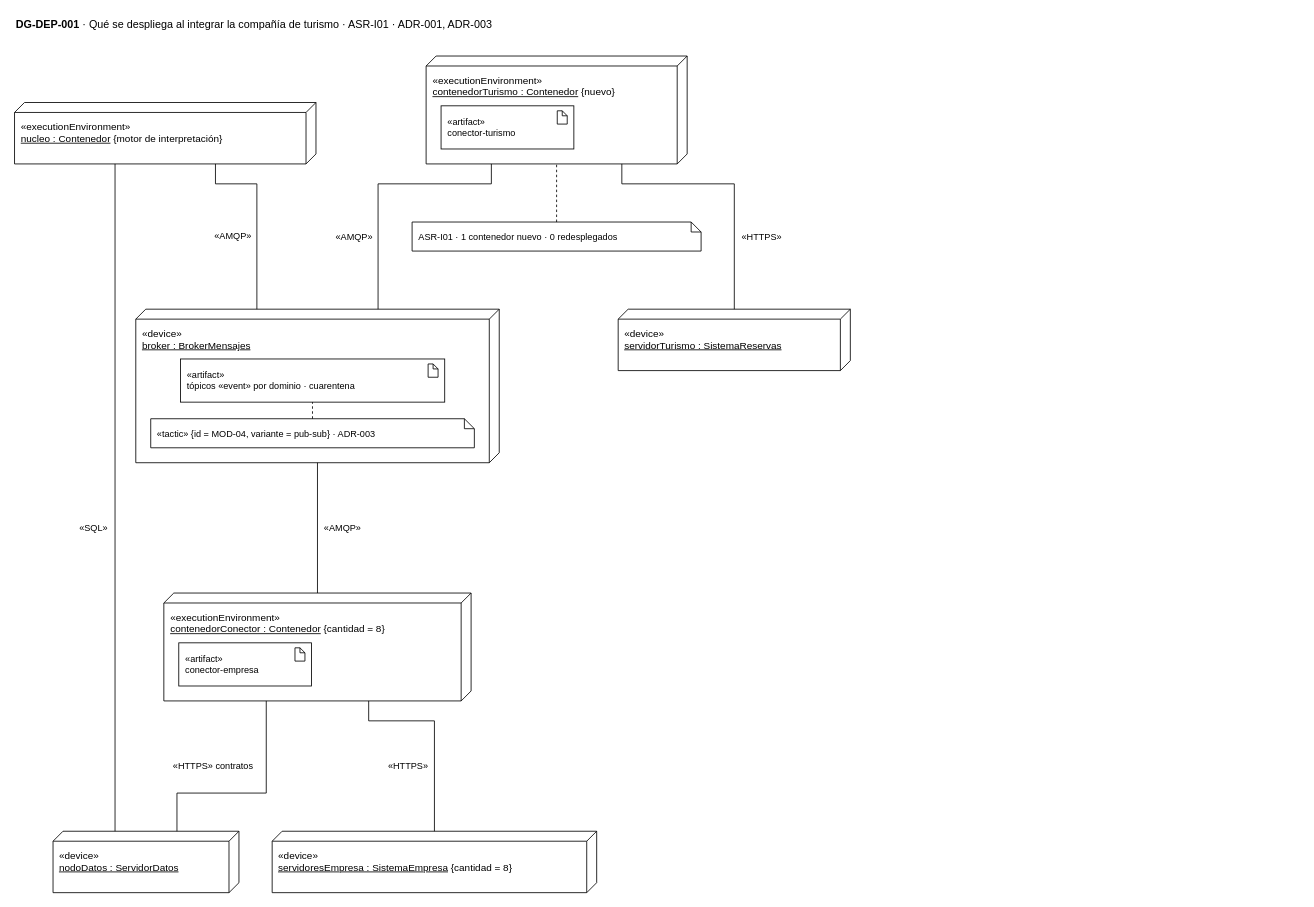
Before: page "DG-DEP-001 · Despliegue de la plataforma" (1 of 3) of docs/modelos/drawio/Reto3-Vista-Despliegue.drawio in MATI-MBIT/arqsoft-reto-3, a draw.io diagram. Source tidied: cells renumbered, new cells numbered last; positions are measured from the earlier drawing's top-left corner, leaving out a move shared by most shapes. Both pictures are drawn from the tidied source at 83%, with x=0, y=0 at pixel (14, 14).
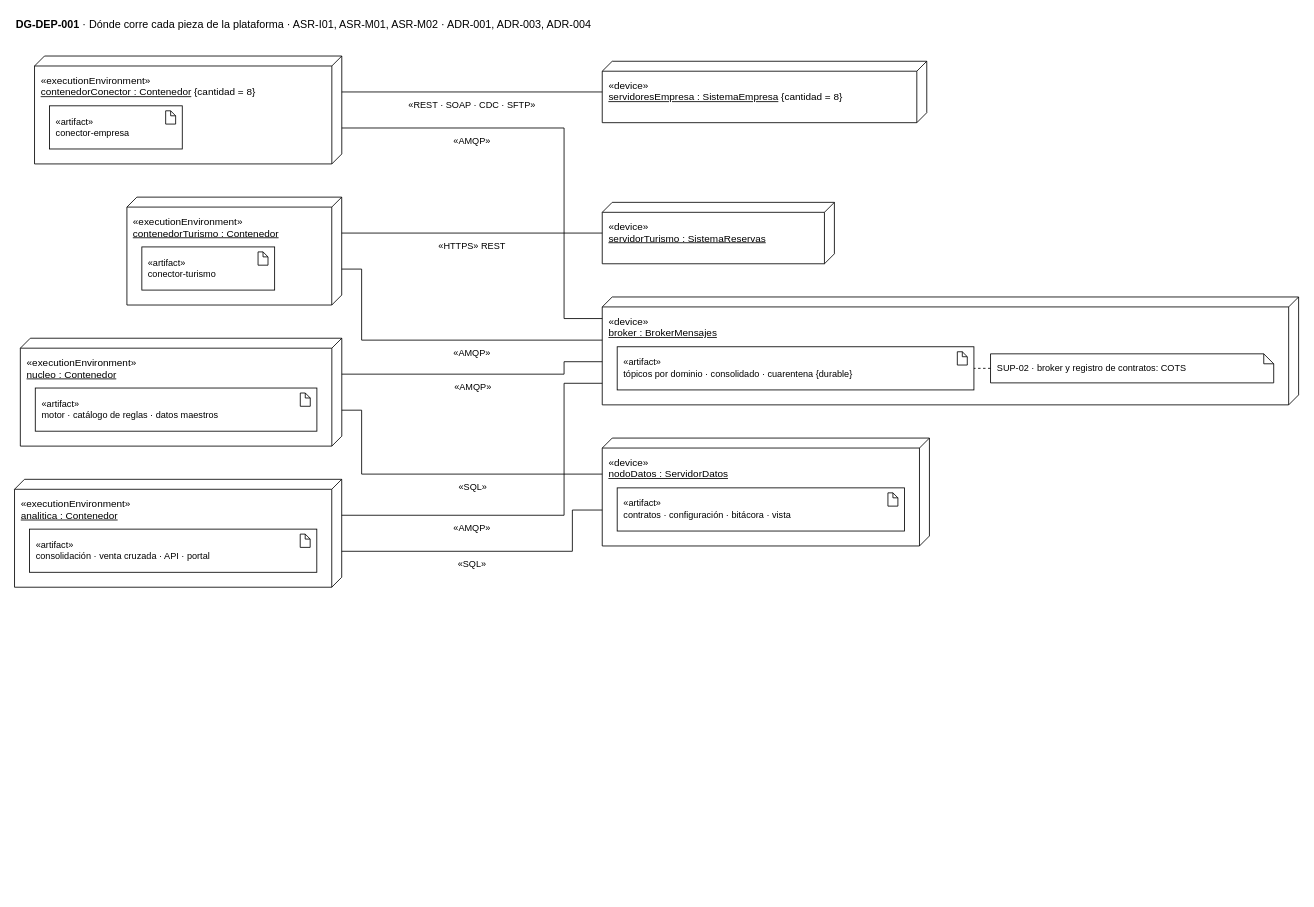
After the change.

Unchanged cells that the change refers to:
```xml
<mxCell id="6" value="«artifact»&lt;br&gt;conector-empresa" style="html=1;whiteSpace=wrap;fillColor=#FFFFFF;strokeColor=#000000;fontSize=11;align=left;spacingLeft=6;" parent="5" vertex="1">
  <mxGeometry x="18" y="60" width="160" height="52" as="geometry" />
</mxCell>
```

Change to the diagram source:
```diff
@@
-    <mxCell id="2" value="&lt;b&gt;DG-DEP-001&lt;/b&gt; · Qué se despliega al integrar la compañía de turismo · ASR-I01 · ADR-001, ADR-003" style="text;html=1;align=left;verticalAlign=middle;fontSize=13;" parent="1" vertex="1">
-      <mxGeometry width="1007" height="24" as="geometry" />
+    <mxCell id="2" value="&lt;b&gt;DG-DEP-001&lt;/b&gt; · Dónde corre cada pieza de la plataforma · ASR-I01, ASR-M01, ASR-M02 · ADR-001, ADR-003, ADR-004" style="text;html=1;align=left;verticalAlign=middle;fontSize=13;" parent="1" vertex="1">
+      <mxGeometry width="1547.1" height="24" as="geometry" />
     </mxCell>
     <mxCell id="3" value="«device»&lt;br&gt;&lt;u&gt;servidoresEmpresa : SistemaEmpresa&lt;/u&gt; {cantidad = 8}" style="verticalAlign=top;align=left;shape=cube;size=12;direction=south;html=1;boundedLbl=1;spacingLeft=6;spacingTop=4;whiteSpace=wrap;fillColor=#FFFFFF;strokeColor=#000000;" parent="1" vertex="1">
-      <mxGeometry x="310.4" y="984" width="391" height="74" as="geometry" />
+      <mxGeometry x="708.1" y="56.3" width="391" height="74" as="geometry" />
     </mxCell>
     <mxCell id="4" value="«device»&lt;br&gt;&lt;u&gt;servidorTurismo : SistemaReservas&lt;/u&gt;" style="verticalAlign=top;align=left;shape=cube;size=12;direction=south;html=1;boundedLbl=1;spacingLeft=6;spacingTop=4;whiteSpace=wrap;fillColor=#FFFFFF;strokeColor=#000000;" parent="1" vertex="1">
-      <mxGeometry x="727.3" y="355" width="279.7" height="74" as="geometry" />
+      <mxGeometry x="708.1" y="226.3" width="279.7" height="74" as="geometry" />
     </mxCell>
     <mxCell id="5" value="«executionEnvironment»&lt;br&gt;&lt;u&gt;contenedorConector : Contenedor&lt;/u&gt; {cantidad = 8}" style="verticalAlign=top;align=left;shape=cube;size=12;direction=south;html=1;boundedLbl=1;spacingLeft=6;spacingTop=4;whiteSpace=wrap;fillColor=#FFFFFF;strokeColor=#000000;" parent="1" vertex="1">
-      <mxGeometry x="179.9" y="697" width="370.2" height="130" as="geometry" />
+      <mxGeometry x="24.1" y="50" width="370.2" height="130" as="geometry" />
     </mxCell>
@@
-    <mxCell id="7" style="shape=note;size=6;html=1;fillColor=#FFFFFF;strokeColor=#000000;" parent="6" vertex="1">
-      <mxGeometry x="140" y="6" width="12" height="16" as="geometry" />
-    </mxCell>
-    <mxCell id="8" value="«executionEnvironment»&lt;br&gt;&lt;u&gt;contenedorTurismo : Contenedor&lt;/u&gt; {nuevo}" style="verticalAlign=top;align=left;shape=cube;size=12;direction=south;html=1;boundedLbl=1;spacingLeft=6;spacingTop=4;whiteSpace=wrap;fillColor=#FFFFFF;strokeColor=#000000;" parent="1" vertex="1">
-      <mxGeometry x="495.9" y="50" width="314.5" height="130" as="geometry" />
-    </mxCell>
+    <mxCell id="27" style="shape=note;size=6;html=1;fillColor=#FFFFFF;strokeColor=#000000;" parent="6" vertex="1">
+      <mxGeometry x="140" y="6" width="12" height="16" as="geometry" />
+    </mxCell>
+    <mxCell id="28" value="«executionEnvironment»&lt;br&gt;&lt;u&gt;contenedorTurismo : Contenedor&lt;/u&gt;" style="verticalAlign=top;align=left;shape=cube;size=12;direction=south;html=1;boundedLbl=1;spacingLeft=6;spacingTop=4;whiteSpace=wrap;fillColor=#FFFFFF;strokeColor=#000000;" parent="1" vertex="1">
+      <mxGeometry x="135.4" y="220" width="258.8" height="130" as="geometry" />
+    </mxCell>
-    <mxCell id="9" value="«artifact»&lt;br&gt;conector-turismo" style="html=1;whiteSpace=wrap;fillColor=#FFFFFF;strokeColor=#000000;fontSize=11;align=left;spacingLeft=6;" parent="8" vertex="1">
+    <mxCell id="9" value="«artifact»&lt;br&gt;conector-turismo" style="html=1;whiteSpace=wrap;fillColor=#FFFFFF;strokeColor=#000000;fontSize=11;align=left;spacingLeft=6;" parent="28" vertex="1">
       <mxGeometry x="18" y="60" width="160" height="52" as="geometry" />
     </mxCell>
-    <mxCell id="10" style="shape=note;size=6;html=1;fillColor=#FFFFFF;strokeColor=#000000;" parent="9" vertex="1">
-      <mxGeometry x="140" y="6" width="12" height="16" as="geometry" />
-    </mxCell>
+    <mxCell id="29" style="shape=note;size=6;html=1;fillColor=#FFFFFF;strokeColor=#000000;" parent="9" vertex="1">
+      <mxGeometry x="140" y="6" width="12" height="16" as="geometry" />
+    </mxCell>
     <mxCell id="11" value="«device»&lt;br&gt;&lt;u&gt;broker : BrokerMensajes&lt;/u&gt;" style="verticalAlign=top;align=left;shape=cube;size=12;direction=south;html=1;boundedLbl=1;spacingLeft=6;spacingTop=4;whiteSpace=wrap;fillColor=#FFFFFF;strokeColor=#000000;" parent="1" vertex="1">
-      <mxGeometry x="146.1" y="355" width="437.9" height="185" as="geometry" />
+      <mxGeometry x="708.1" y="340.3" width="839" height="130" as="geometry" />
     </mxCell>
-    <mxCell id="12" value="«artifact»&lt;br&gt;tópicos «event» por dominio · cuarentena" style="html=1;whiteSpace=wrap;fillColor=#FFFFFF;strokeColor=#000000;fontSize=11;align=left;spacingLeft=6;" parent="11" vertex="1">
-      <mxGeometry x="53.8" y="60" width="318.4" height="52" as="geometry" />
-    </mxCell>
-    <mxCell id="13" style="shape=note;size=6;html=1;fillColor=#FFFFFF;strokeColor=#000000;" parent="12" vertex="1">
-      <mxGeometry x="298.4" y="6" width="12" height="16" as="geometry" />
-    </mxCell>
-    <mxCell id="14" value="«tactic» {id = MOD-04, variante = pub-sub} · ADR-003" style="shape=note;whiteSpace=wrap;html=1;size=12;fillColor=#FFFFFF;strokeColor=#000000;fontSize=11;align=left;spacingLeft=6;" parent="11" vertex="1">
-      <mxGeometry x="18" y="132" width="389.9" height="35" as="geometry" />
-    </mxCell>
-    <mxCell id="15" value="«executionEnvironment»&lt;br&gt;&lt;u&gt;nucleo : Contenedor&lt;/u&gt; {motor de interpretación}" style="verticalAlign=top;align=left;shape=cube;size=12;direction=south;html=1;boundedLbl=1;spacingLeft=6;spacingTop=4;whiteSpace=wrap;fillColor=#FFFFFF;strokeColor=#000000;" parent="1" vertex="1">
-      <mxGeometry y="106" width="363.2" height="74" as="geometry" />
-    </mxCell>
+    <mxCell id="30" value="«artifact»&lt;br&gt;tópicos por dominio · consolidado · cuarentena {durable}" style="html=1;whiteSpace=wrap;fillColor=#FFFFFF;strokeColor=#000000;fontSize=11;align=left;spacingLeft=6;" parent="11" vertex="1">
+      <mxGeometry x="18" y="60" width="429.8" height="52" as="geometry" />
+    </mxCell>
+    <mxCell id="31" style="shape=note;size=6;html=1;fillColor=#FFFFFF;strokeColor=#000000;" parent="30" vertex="1">
+      <mxGeometry x="409.8" y="6" width="12" height="16" as="geometry" />
+    </mxCell>
+    <mxCell id="17" value="SUP-02 · broker y registro de contratos: COTS" style="shape=note;whiteSpace=wrap;html=1;size=12;fillColor=#FFFFFF;strokeColor=#000000;fontSize=11;align=left;spacingLeft=6;" parent="11" vertex="1">
+      <mxGeometry x="467.8" y="68.5" width="341.2" height="35" as="geometry" />
+    </mxCell>
+    <mxCell id="32" value="«executionEnvironment»&lt;br&gt;&lt;u&gt;nucleo : Contenedor&lt;/u&gt;" style="verticalAlign=top;align=left;shape=cube;size=12;direction=south;html=1;boundedLbl=1;spacingLeft=6;spacingTop=4;whiteSpace=wrap;fillColor=#FFFFFF;strokeColor=#000000;" parent="1" vertex="1">
+      <mxGeometry x="7" y="390" width="387.3" height="130" as="geometry" />
+    </mxCell>
+    <mxCell id="33" value="«artifact»&lt;br&gt;motor · catálogo de reglas · datos maestros" style="html=1;whiteSpace=wrap;fillColor=#FFFFFF;strokeColor=#000000;fontSize=11;align=left;spacingLeft=6;" parent="32" vertex="1">
+      <mxGeometry x="18" y="60" width="339.3" height="52" as="geometry" />
+    </mxCell>
+    <mxCell id="34" style="shape=note;size=6;html=1;fillColor=#FFFFFF;strokeColor=#000000;" parent="33" vertex="1">
+      <mxGeometry x="319.3" y="6" width="12" height="16" as="geometry" />
+    </mxCell>
     <mxCell id="16" value="«device»&lt;br&gt;&lt;u&gt;nodoDatos : ServidorDatos&lt;/u&gt;" style="verticalAlign=top;align=left;shape=cube;size=12;direction=south;html=1;boundedLbl=1;spacingLeft=6;spacingTop=4;whiteSpace=wrap;fillColor=#FFFFFF;strokeColor=#000000;" parent="1" vertex="1">
-      <mxGeometry x="46.4" y="984" width="224" height="74" as="geometry" />
+      <mxGeometry x="708.1" y="510.3" width="394.2" height="130" as="geometry" />
     </mxCell>
-    <mxCell id="17" value="ASR-I01 · 1 contenedor nuevo · 0 redesplegados" style="shape=note;whiteSpace=wrap;html=1;size=12;fillColor=#FFFFFF;strokeColor=#000000;fontSize=11;align=left;spacingLeft=6;" parent="1" vertex="1">
-      <mxGeometry x="479" y="250" width="348.2" height="35" as="geometry" />
-    </mxCell>
+    <mxCell id="35" value="«artifact»&lt;br&gt;contratos · configuración · bitácora · vista" style="html=1;whiteSpace=wrap;fillColor=#FFFFFF;strokeColor=#000000;fontSize=11;align=left;spacingLeft=6;" parent="16" vertex="1">
+      <mxGeometry x="18" y="60" width="346.2" height="52" as="geometry" />
+    </mxCell>
+    <mxCell id="36" style="shape=note;size=6;html=1;fillColor=#FFFFFF;strokeColor=#000000;" parent="35" vertex="1">
+      <mxGeometry x="326.2" y="6" width="12" height="16" as="geometry" />
+    </mxCell>
+    <mxCell id="37" value="«executionEnvironment»&lt;br&gt;&lt;u&gt;analitica : Contenedor&lt;/u&gt;" style="verticalAlign=top;align=left;shape=cube;size=12;direction=south;html=1;boundedLbl=1;spacingLeft=6;spacingTop=4;whiteSpace=wrap;fillColor=#FFFFFF;strokeColor=#000000;" parent="1" vertex="1">
+      <mxGeometry y="560" width="394.2" height="130" as="geometry" />
+    </mxCell>
+    <mxCell id="38" value="«artifact»&lt;br&gt;consolidación · venta cruzada · API · portal" style="html=1;whiteSpace=wrap;fillColor=#FFFFFF;strokeColor=#000000;fontSize=11;align=left;spacingLeft=6;" parent="37" vertex="1">
+      <mxGeometry x="18" y="60" width="346.2" height="52" as="geometry" />
+    </mxCell>
+    <mxCell id="39" style="shape=note;size=6;html=1;fillColor=#FFFFFF;strokeColor=#000000;" parent="38" vertex="1">
+      <mxGeometry x="326.2" y="6" width="12" height="16" as="geometry" />
+    </mxCell>
-    <mxCell id="18" value="«HTTPS»" style="endArrow=none;html=1;rounded=0;fontSize=11;labelBackgroundColor=#ffffff;" parent="1" edge="1" source="5" target="3">
+    <mxCell id="18" value="«REST · SOAP · CDC · SFTP»" style="endArrow=none;html=1;rounded=0;fontSize=11;labelBackgroundColor=#ffffff;" parent="1" edge="1" source="5" target="3">
       <mxGeometry relative="1" as="geometry">
         <Array as="points">
-          <mxPoint x="426.7" y="827" />
-          <mxPoint x="426.7" y="851" />
-          <mxPoint x="505.9" y="851" />
-          <mxPoint x="505.9" y="984" />
+          <mxPoint x="394.2" y="93.3" />
+          <mxPoint x="708.1" y="93.3" />
         </Array>
-        <mxPoint x="-32.3" y="39.6" as="offset" />
+        <mxPoint y="15.5" as="offset" />
       </mxGeometry>
     </mxCell>
-    <mxCell id="19" value="«HTTPS»" style="endArrow=none;html=1;rounded=0;fontSize=11;labelBackgroundColor=#ffffff;" parent="1" edge="1" source="8" target="4">
+    <mxCell id="19" value="«HTTPS» REST" style="endArrow=none;html=1;rounded=0;fontSize=11;labelBackgroundColor=#ffffff;" parent="1" edge="1" source="28" target="4">
       <mxGeometry relative="1" as="geometry">
         <Array as="points">
-          <mxPoint x="731.7" y="180" />
-          <mxPoint x="731.7" y="204" />
-          <mxPoint x="867.2" y="204" />
-          <mxPoint x="867.2" y="355" />
+          <mxPoint x="394.2" y="263.3" />
+          <mxPoint x="708.1" y="263.3" />
         </Array>
-        <mxPoint x="37.6" y="63.5" as="offset" />
+        <mxPoint y="15.5" as="offset" />
       </mxGeometry>
     </mxCell>
-    <mxCell id="20" value="«AMQP»" style="endArrow=none;html=1;rounded=0;fontSize=11;labelBackgroundColor=#ffffff;" parent="1" edge="1" source="11" target="5">
+    <mxCell id="20" value="«AMQP»" style="endArrow=none;html=1;rounded=0;fontSize=11;labelBackgroundColor=#ffffff;" parent="1" edge="1" source="5" target="11">
       <mxGeometry relative="1" as="geometry">
         <Array as="points">
-          <mxPoint x="365" y="540" />
-          <mxPoint x="365" y="697" />
+          <mxPoint x="394.2" y="136.7" />
+          <mxPoint x="662.1" y="136.7" />
+          <mxPoint x="662.1" y="366.3" />
+          <mxPoint x="708.1" y="366.3" />
         </Array>
-        <mxPoint x="30.1" as="offset" />
+        <mxPoint x="-110.9" y="11.6" as="offset" />
       </mxGeometry>
     </mxCell>
-    <mxCell id="21" value="«AMQP»" style="endArrow=none;html=1;rounded=0;fontSize=11;labelBackgroundColor=#ffffff;" parent="1" edge="1" source="8" target="11">
+    <mxCell id="21" value="«AMQP»" style="endArrow=none;html=1;rounded=0;fontSize=11;labelBackgroundColor=#ffffff;" parent="1" edge="1" source="28" target="11">
       <mxGeometry relative="1" as="geometry">
         <Array as="points">
-          <mxPoint x="574.5" y="180" />
-          <mxPoint x="574.5" y="204" />
-          <mxPoint x="438" y="204" />
-          <mxPoint x="438" y="355" />
+          <mxPoint x="394.2" y="306.7" />
+          <mxPoint x="418.2" y="306.7" />
+          <mxPoint x="418.2" y="392.3" />
+          <mxPoint x="708.1" y="392.3" />
         </Array>
-        <mxPoint x="-33.9" y="63.5" as="offset" />
+        <mxPoint x="42.8" y="15.5" as="offset" />
       </mxGeometry>
     </mxCell>
-    <mxCell id="22" value="«AMQP»" style="endArrow=none;html=1;rounded=0;fontSize=11;labelBackgroundColor=#ffffff;" parent="1" edge="1" source="15" target="11">
+    <mxCell id="22" value="«AMQP»" style="endArrow=none;html=1;rounded=0;fontSize=11;labelBackgroundColor=#ffffff;" parent="1" edge="1" source="32" target="11">
       <mxGeometry relative="1" as="geometry">
         <Array as="points">
-          <mxPoint x="242.1" y="180" />
-          <mxPoint x="242.1" y="204" />
-          <mxPoint x="292" y="204" />
-          <mxPoint x="292" y="355" />
+          <mxPoint x="394.2" y="433.3" />
+          <mxPoint x="662.1" y="433.3" />
+          <mxPoint x="662.1" y="418.3" />
+          <mxPoint x="708.1" y="418.3" />
         </Array>
-        <mxPoint x="-29.1" y="25" as="offset" />
+        <mxPoint x="-7.5" y="15.5" as="offset" />
       </mxGeometry>
     </mxCell>
-    <mxCell id="23" value="«SQL»" style="endArrow=none;html=1;rounded=0;fontSize=11;labelBackgroundColor=#ffffff;" parent="1" edge="1" source="15" target="16">
+    <mxCell id="23" value="«AMQP»" style="endArrow=none;html=1;rounded=0;fontSize=11;labelBackgroundColor=#ffffff;" parent="1" edge="1" source="37" target="11">
       <mxGeometry relative="1" as="geometry">
         <Array as="points">
-          <mxPoint x="121.1" y="180" />
-          <mxPoint x="121.1" y="984" />
+          <mxPoint x="394.2" y="603.3" />
+          <mxPoint x="662.1" y="603.3" />
+          <mxPoint x="662.1" y="444.3" />
+          <mxPoint x="708.1" y="444.3" />
         </Array>
-        <mxPoint x="-25.9" y="36.5" as="offset" />
+        <mxPoint x="-79.5" y="15.5" as="offset" />
       </mxGeometry>
     </mxCell>
-    <mxCell id="24" value="«HTTPS» contratos" style="endArrow=none;html=1;rounded=0;fontSize=11;labelBackgroundColor=#ffffff;" parent="1" edge="1" source="5" target="16">
+    <mxCell id="24" value="«SQL»" style="endArrow=none;html=1;rounded=0;fontSize=11;labelBackgroundColor=#ffffff;" parent="1" edge="1" source="32" target="16">
       <mxGeometry relative="1" as="geometry">
         <Array as="points">
-          <mxPoint x="303.3" y="827" />
-          <mxPoint x="303.3" y="938" />
-          <mxPoint x="195.7" y="938" />
-          <mxPoint x="195.7" y="984" />
+          <mxPoint x="394.2" y="476.7" />
+          <mxPoint x="418.2" y="476.7" />
+          <mxPoint x="418.2" y="553.7" />
+          <mxPoint x="708.1" y="553.7" />
         </Array>
-        <mxPoint x="-42.9" y="-32.5" as="offset" />
+        <mxPoint x="38.5" y="15.5" as="offset" />
       </mxGeometry>
     </mxCell>
+    <mxCell id="40" value="«SQL»" style="endArrow=none;html=1;rounded=0;fontSize=11;labelBackgroundColor=#ffffff;" parent="1" edge="1" source="37" target="16">
+      <mxGeometry relative="1" as="geometry">
+        <Array as="points">
+          <mxPoint x="394.2" y="646.7" />
+          <mxPoint x="672.1" y="646.7" />
+          <mxPoint x="672.1" y="597" />
+          <mxPoint x="708.1" y="597" />
+        </Array>
+        <mxPoint x="-24.8" y="15.5" as="offset" />
+      </mxGeometry>
+    </mxCell>
-    <mxCell id="25" style="endArrow=none;dashed=1;html=1;" parent="1" edge="1" source="17" target="8">
+    <mxCell id="25" style="endArrow=none;dashed=1;html=1;" parent="1" edge="1" source="17" target="30">
       <mxGeometry relative="1" as="geometry">
         <Array as="points">
-          <mxPoint x="653.1" y="250" />
-          <mxPoint x="653.1" y="180" />
+          <mxPoint x="1175.9" y="426.3" />
+          <mxPoint x="1155.9" y="426.3" />
         </Array>
       </mxGeometry>
     </mxCell>
-    <mxCell id="26" style="endArrow=none;dashed=1;html=1;" parent="1" edge="1" source="14" target="12">
-      <mxGeometry relative="1" as="geometry">
-        <Array as="points">
-          <mxPoint x="359" y="487" />
-          <mxPoint x="359" y="467" />
-        </Array>
-      </mxGeometry>
-    </mxCell>
```
